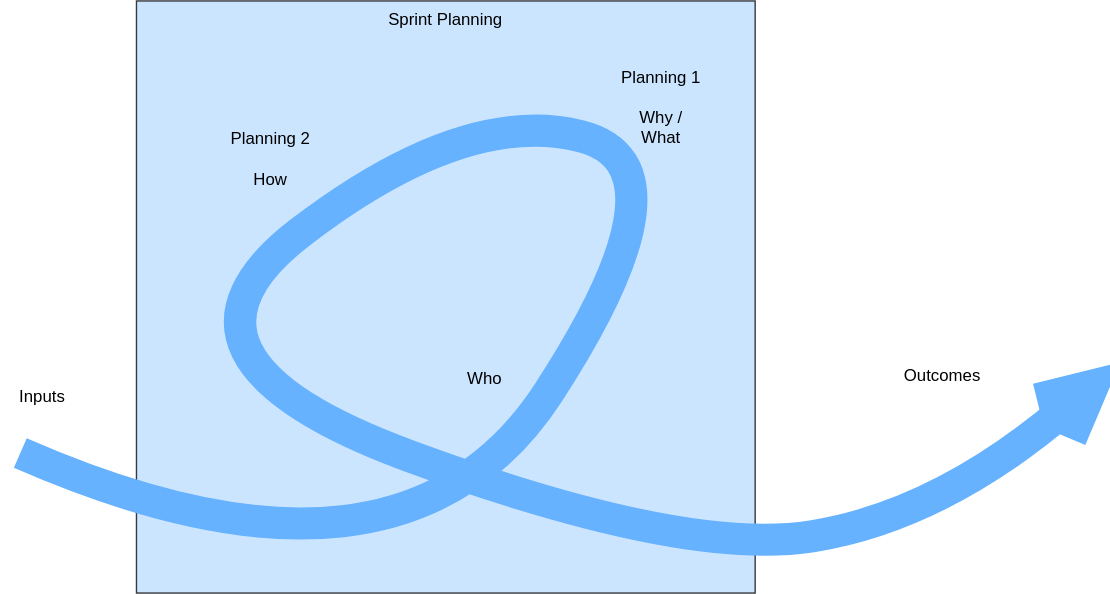
The draw.io diagram lesson 106 - planning/graphics/sprint planning.drawio.svg in thomykay/dhbw-projectmanagement1, before a commit. Source tidied: cells renumbered, new cells last; positions are measured from the earlier drawing's top-left corner, leaving out a move shared by most shapes.
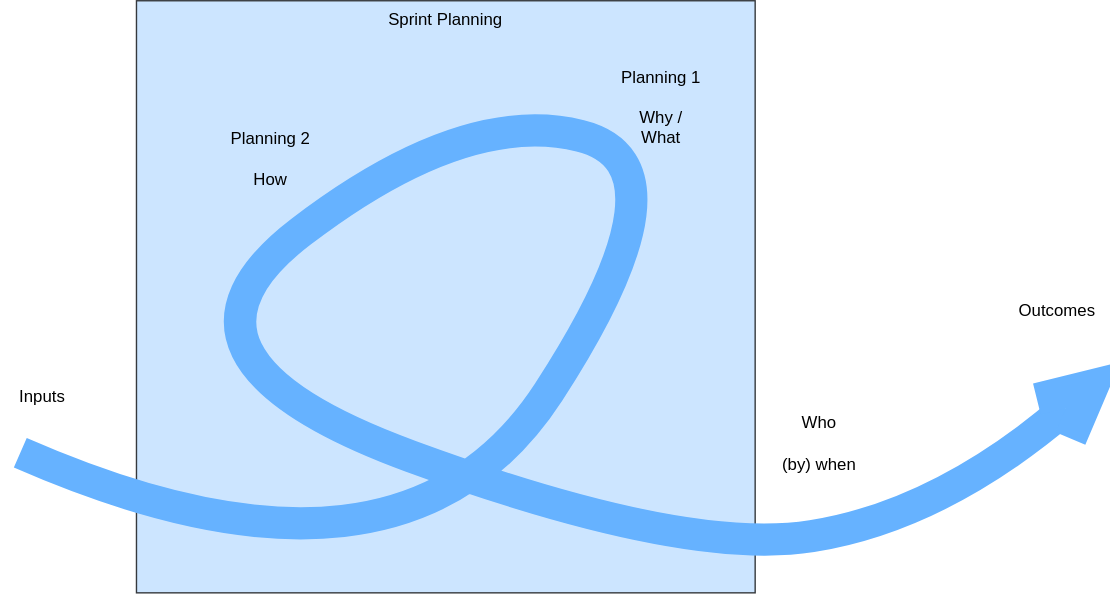
After the commit.

The edit, as a diff of the source:
```diff
@@ -23,10 +23,10 @@
       <mxGeometry y="268" width="60" height="30" as="geometry" />
     </mxCell>
     <mxCell id="5" value="Outcomes" style="text;strokeColor=none;fillColor=none;html=1;align=center;verticalAlign=middle;whiteSpace=wrap;rounded=0;hachureGap=4;" parent="1" vertex="1">
-      <mxGeometry x="643" y="253" width="60" height="30" as="geometry" />
+      <mxGeometry x="725" y="207" width="60" height="30" as="geometry" />
     </mxCell>
     <mxCell id="6" value="Who" style="text;strokeColor=none;fillColor=none;html=1;align=center;verticalAlign=middle;whiteSpace=wrap;rounded=0;hachureGap=4;" parent="1" vertex="1">
-      <mxGeometry x="316" y="255" width="60" height="30" as="geometry" />
+      <mxGeometry x="555" y="287" width="60" height="30" as="geometry" />
     </mxCell>
     <mxCell id="7" value="Planning 1&lt;br&gt;&lt;br&gt;Why / What" style="text;strokeColor=none;fillColor=none;html=1;align=center;verticalAlign=middle;whiteSpace=wrap;rounded=0;hachureGap=4;" parent="1" vertex="1">
       <mxGeometry x="442" y="61" width="60" height="30" as="geometry" />
@@ -34,5 +34,8 @@
     <mxCell id="8" value="Planning 2&lt;br&gt;&lt;br&gt;How" style="text;strokeColor=none;fillColor=none;html=1;align=center;verticalAlign=middle;whiteSpace=wrap;rounded=0;hachureGap=4;" parent="1" vertex="1">
       <mxGeometry x="163" y="98" width="60" height="30" as="geometry" />
     </mxCell>
+    <mxCell id="9" value="(by) when" style="text;strokeColor=none;fillColor=none;html=1;align=center;verticalAlign=middle;whiteSpace=wrap;rounded=0;hachureGap=4;" parent="1" vertex="1">
+      <mxGeometry x="555" y="317" width="60" height="30" as="geometry" />
+    </mxCell>
   </root>
 </mxGraphModel>
```
